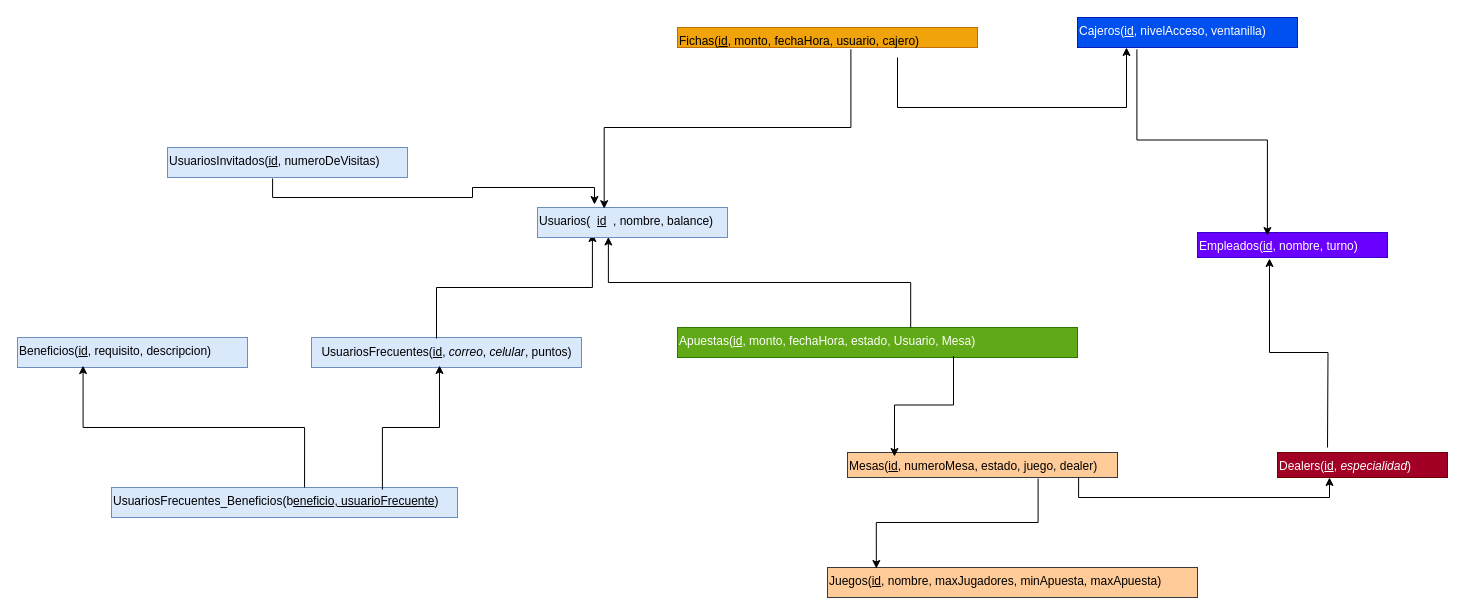
Before: Casino.drawio in mamagege/ProyectoBasesCarlosyJuanDiego, a draw.io diagram. Source tidied: cells renumbered, new cells numbered last; positions are measured from the earlier drawing's top-left corner, leaving out a move shared by most shapes. Both pictures are drawn from the tidied source at 100%, with x=0, y=0 at pixel (17, 17).
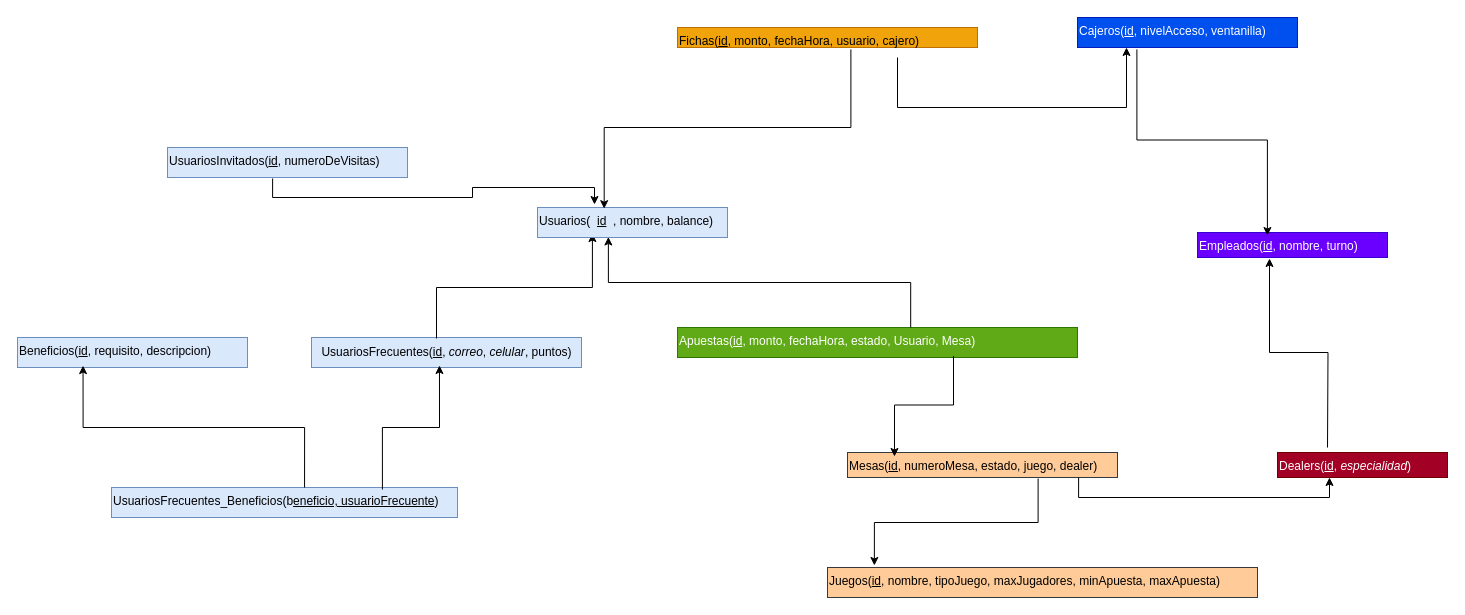
The same diagram, later.

Unchanged cells that the change refers to:
```xml
<mxCell id="17" value="Mesas(&lt;u&gt;id,&lt;/u&gt; numeroMesa, estado, juego, dealer)" style="text;whiteSpace=wrap;html=1;fillColor=#ffcc99;strokeColor=#36393d;" parent="1" vertex="1">
  <mxGeometry x="830" y="435" width="270" height="25" as="geometry" />
</mxCell>
```

Change to the diagram source:
```diff
@@
-    <mxCell id="16" value="Juegos(&lt;u&gt;id&lt;/u&gt;, nombre, maxJugadores, minApuesta, maxApuesta)" style="text;whiteSpace=wrap;html=1;fillColor=#ffcc99;strokeColor=#36393d;" parent="1" vertex="1">
-      <mxGeometry x="810" y="550" width="370" height="30" as="geometry" />
+    <mxCell id="16" value="Juegos(&lt;u&gt;id&lt;/u&gt;, nombre, tipoJuego, maxJugadores, minApuesta, maxApuesta)" style="text;whiteSpace=wrap;html=1;fillColor=#ffcc99;strokeColor=#36393d;" parent="1" vertex="1">
+      <mxGeometry x="810" y="550" width="430" height="30" as="geometry" />
     </mxCell>
@@
-    <mxCell id="18" style="edgeStyle=orthogonalEdgeStyle;rounded=0;jettySize=auto;html=1;entryX=0.132;entryY=0.033;entryDx=0;entryDy=0;entryPerimeter=0;exitX=0.706;exitY=1.04;exitDx=0;exitDy=0;exitPerimeter=0;" parent="1" edge="1" source="17" target="16">
+    <mxCell id="18" style="edgeStyle=orthogonalEdgeStyle;rounded=0;jettySize=auto;html=1;entryX=0.109;entryY=-0.067;entryDx=0;entryDy=0;entryPerimeter=0;exitX=0.706;exitY=1.04;exitDx=0;exitDy=0;exitPerimeter=0;" parent="1" edge="1" source="17" target="16">
       <mxGeometry relative="1" as="geometry" />
     </mxCell>
```
